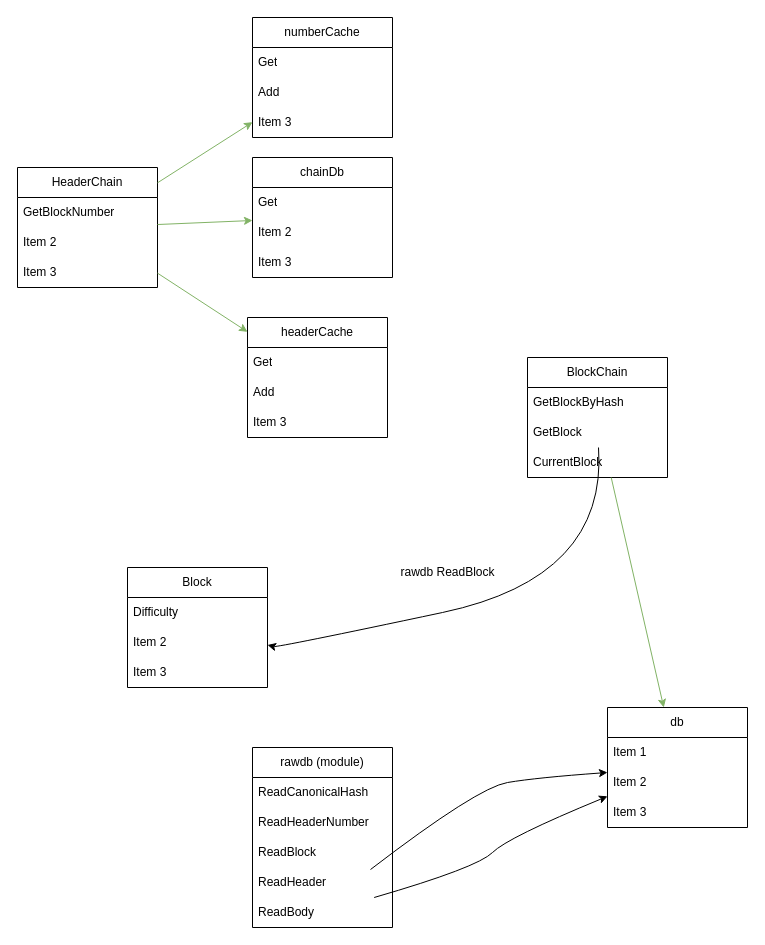
This is page "get block" (2 of 4) of eth/geth-engine.drawio from uz2020/draw, a draw.io file, before an edit. Source tidied: cells renumbered, new cells numbered last; positions are measured from the earlier drawing's top-left corner, leaving out a move shared by most shapes. Both pictures are drawn from the tidied source at 100%, with x=0, y=0 at pixel (17, 17).
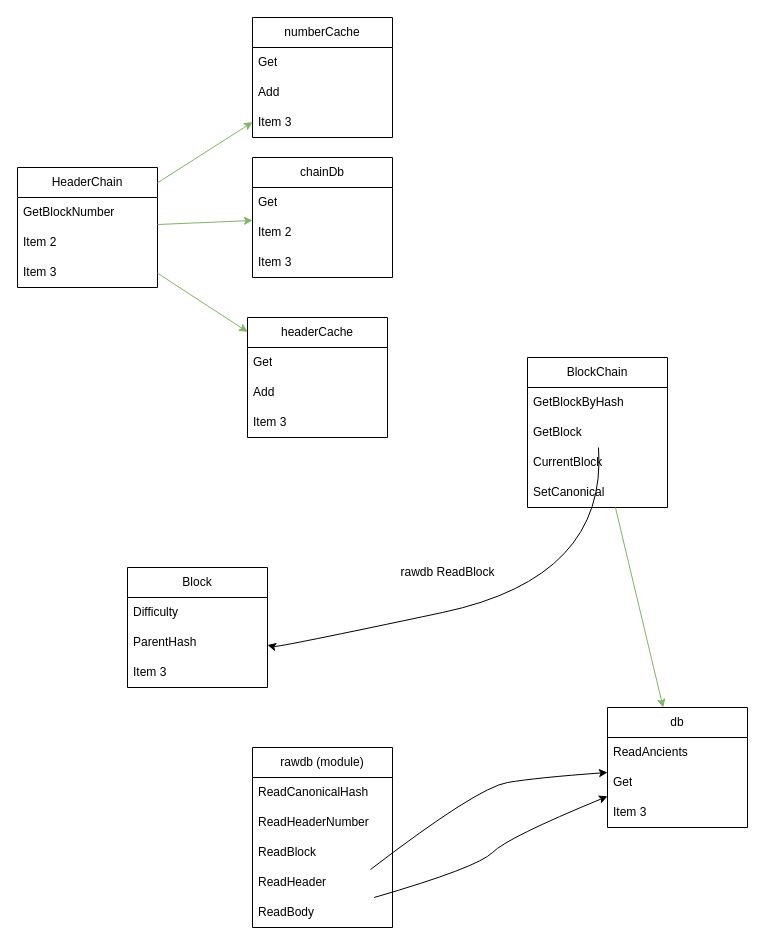
The same diagram, later.

Unchanged cells that the change refers to:
```xml
<mxCell id="2" value="Block&lt;br&gt;" style="swimlane;fontStyle=0;horizontal=1;startSize=30;whiteSpace=wrap;html=1;" parent="1" vertex="1">
  <mxGeometry x="110" y="550" width="140" height="120" as="geometry" />
</mxCell>
<mxCell id="31" value="db" style="swimlane;fontStyle=0;horizontal=1;startSize=30;whiteSpace=wrap;html=1;" parent="1" vertex="1">
  <mxGeometry x="590" y="690" width="140" height="120" as="geometry" />
</mxCell>
```

Diff of the diagram source:
```diff
@@
-    <mxCell id="4" value="Item 2" style="text;strokeColor=none;fillColor=none;align=left;verticalAlign=middle;spacingLeft=4;spacingRight=4;overflow=hidden;whiteSpace=wrap;html=1;" parent="2" vertex="1">
+    <mxCell id="4" value="ParentHash" style="text;strokeColor=none;fillColor=none;align=left;verticalAlign=middle;spacingLeft=4;spacingRight=4;overflow=hidden;whiteSpace=wrap;html=1;" parent="2" vertex="1">
       <mxGeometry y="60" width="140" height="30" as="geometry" />
     </mxCell>
@@
     <mxCell id="25" value="BlockChain" style="swimlane;fontStyle=0;horizontal=1;startSize=30;whiteSpace=wrap;html=1;" parent="1" vertex="1">
-      <mxGeometry x="510" y="340" width="140" height="120" as="geometry" />
+      <mxGeometry x="510" y="340" width="140" height="150" as="geometry" />
     </mxCell>
@@
+    <mxCell id="44" value="SetCanonical" style="text;strokeColor=none;fillColor=none;align=left;verticalAlign=middle;spacingLeft=4;spacingRight=4;overflow=hidden;whiteSpace=wrap;html=1;" parent="25" vertex="1">
+      <mxGeometry y="120" width="140" height="30" as="geometry" />
+    </mxCell>
@@
-    <mxCell id="32" value="Item 1" style="text;strokeColor=none;fillColor=none;align=left;verticalAlign=middle;spacingLeft=4;spacingRight=4;overflow=hidden;whiteSpace=wrap;html=1;" parent="31" vertex="1">
+    <mxCell id="32" value="ReadAncients" style="text;strokeColor=none;fillColor=none;align=left;verticalAlign=middle;spacingLeft=4;spacingRight=4;overflow=hidden;whiteSpace=wrap;html=1;" parent="31" vertex="1">
       <mxGeometry y="30" width="140" height="30" as="geometry" />
     </mxCell>
-    <mxCell id="33" value="Item 2" style="text;strokeColor=none;fillColor=none;align=left;verticalAlign=middle;spacingLeft=4;spacingRight=4;overflow=hidden;whiteSpace=wrap;html=1;" parent="31" vertex="1">
+    <mxCell id="33" value="Get" style="text;strokeColor=none;fillColor=none;align=left;verticalAlign=middle;spacingLeft=4;spacingRight=4;overflow=hidden;whiteSpace=wrap;html=1;" parent="31" vertex="1">
       <mxGeometry y="60" width="140" height="30" as="geometry" />
     </mxCell>
```
